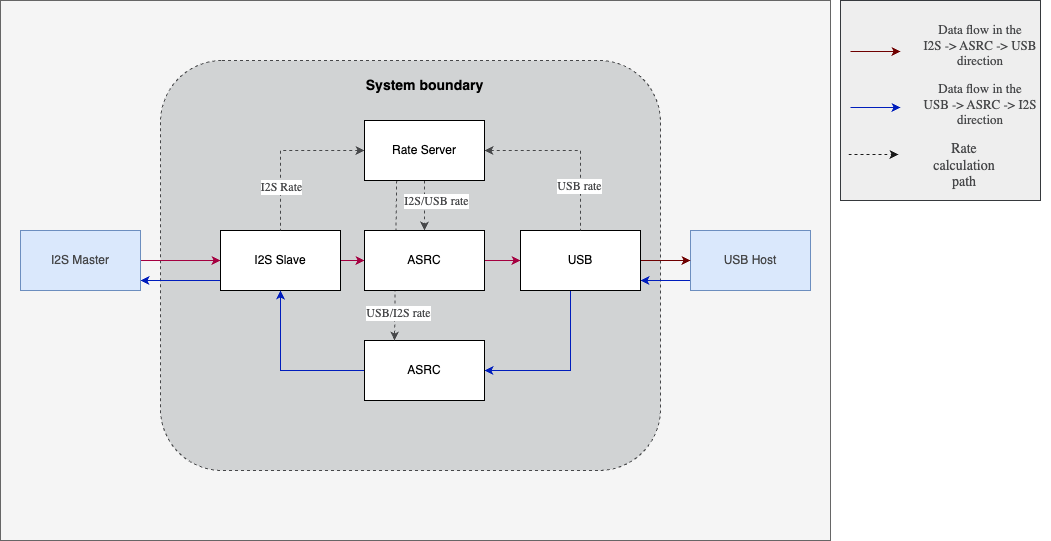
This is doc/programming_guide/asrc/diagrams/asrc_top_level.png from xmos/sln_voice, a draw.io export, as it was before one commit. Source tidied: cells renumbered, new cells last; positions are measured from the earlier drawing's top-left corner, leaving out a move shared by most shapes.
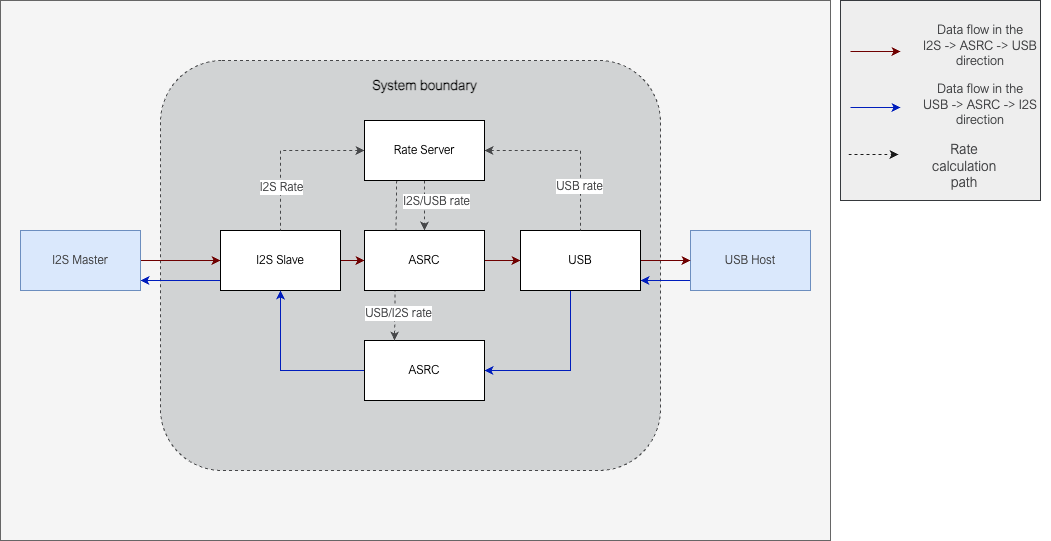
The same file after the commit.

The edit, as a diff of the source:
```diff
@@ -2,13 +2,13 @@
   <root>
     <mxCell id="0" />
     <mxCell id="1" parent="0" />
-    <mxCell id="2" style="rounded=0;whiteSpace=wrap;html=1;strokeColor=#666666;fontFamily=Arial Nova Light;fontColor=#333333;fillColor=#f5f5f5;" parent="1" vertex="1">
+    <mxCell id="2" style="rounded=0;whiteSpace=wrap;html=1;strokeColor=#666666;fontFamily=ArialNova-Light;fontColor=#333333;fillColor=#f5f5f5;" parent="1" vertex="1">
       <mxGeometry width="830" height="540" as="geometry" />
     </mxCell>
-    <mxCell id="3" style="rounded=1;whiteSpace=wrap;html=1;dashed=1;fillColor=#D1D3D4;fontColor=#464749;strokeColor=#464749;" parent="1" vertex="1">
+    <mxCell id="3" style="rounded=1;whiteSpace=wrap;html=1;dashed=1;fillColor=#D1D3D4;fontColor=#464749;strokeColor=#464749;fontFamily=ArialNova-Light;" parent="1" vertex="1">
       <mxGeometry x="160" y="60" width="500" height="410" as="geometry" />
     </mxCell>
-    <mxCell id="4" style="edgeStyle=orthogonalEdgeStyle;rounded=0;jettySize=auto;html=1;fillColor=#0050ef;strokeColor=#001DBC;" parent="1" edge="1" source="5" target="14">
+    <mxCell id="4" style="edgeStyle=orthogonalEdgeStyle;rounded=0;jettySize=auto;html=1;fillColor=#0050ef;strokeColor=#001DBC;fontFamily=ArialNova-Light;" parent="1" edge="1" source="5" target="14">
       <mxGeometry relative="1" as="geometry">
         <Array as="points">
           <mxPoint x="670" y="280" />
@@ -16,16 +16,16 @@
         </Array>
       </mxGeometry>
     </mxCell>
-    <mxCell id="5" value="USB Host" style="rounded=0;whiteSpace=wrap;html=1;fillColor=#dae8fc;fontColor=#464749;strokeColor=#6c8ebf;" parent="1" vertex="1">
+    <mxCell id="5" value="USB Host" style="rounded=0;whiteSpace=wrap;html=1;fillColor=#dae8fc;fontColor=#464749;strokeColor=#6c8ebf;fontFamily=ArialNova-Light;" parent="1" vertex="1">
       <mxGeometry x="690" y="230" width="120" height="60" as="geometry" />
     </mxCell>
-    <mxCell id="6" style="edgeStyle=orthogonalEdgeStyle;rounded=0;jettySize=auto;html=1;startArrow=classic;startFill=1;endArrow=none;endFill=0;fillColor=#d80073;strokeColor=#A50040;" parent="1" edge="1" source="9" target="11">
+    <mxCell id="6" style="edgeStyle=orthogonalEdgeStyle;rounded=0;jettySize=auto;html=1;startArrow=classic;startFill=1;endArrow=none;endFill=0;fillColor=#a20025;strokeColor=#6F0000;fontFamily=ArialNova-Light;" parent="1" edge="1" source="9" target="11">
       <mxGeometry relative="1" as="geometry" />
     </mxCell>
-    <mxCell id="7" style="edgeStyle=orthogonalEdgeStyle;rounded=0;jettySize=auto;html=1;fillColor=#d80073;strokeColor=#A50040;" parent="1" edge="1" source="9" target="34">
+    <mxCell id="7" style="edgeStyle=orthogonalEdgeStyle;rounded=0;jettySize=auto;html=1;fillColor=#a20025;strokeColor=#6F0000;fontFamily=ArialNova-Light;" parent="1" edge="1" source="9" target="34">
       <mxGeometry relative="1" as="geometry" />
     </mxCell>
-    <mxCell id="8" style="edgeStyle=orthogonalEdgeStyle;rounded=0;jettySize=auto;html=1;fillColor=#0050ef;strokeColor=#001DBC;" parent="1" edge="1" source="9" target="11">
+    <mxCell id="8" style="edgeStyle=orthogonalEdgeStyle;rounded=0;jettySize=auto;html=1;fillColor=#0050ef;strokeColor=#001DBC;fontFamily=ArialNova-Light;" parent="1" edge="1" source="9" target="11">
       <mxGeometry relative="1" as="geometry">
         <Array as="points">
           <mxPoint x="180" y="280" />
@@ -33,109 +33,109 @@
         </Array>
       </mxGeometry>
     </mxCell>
-    <mxCell id="9" value="I2S Slave" style="rounded=0;whiteSpace=wrap;html=1;" parent="1" vertex="1">
+    <mxCell id="9" value="I2S Slave" style="rounded=0;whiteSpace=wrap;html=1;fontFamily=ArialNova-Light;" parent="1" vertex="1">
       <mxGeometry x="220" y="230" width="120" height="60" as="geometry" />
     </mxCell>
-    <mxCell id="10" style="edgeStyle=orthogonalEdgeStyle;rounded=0;jettySize=auto;html=1;fillColor=#d80073;strokeColor=#A50040;" parent="1" edge="1" source="34" target="14">
+    <mxCell id="10" style="edgeStyle=orthogonalEdgeStyle;rounded=0;jettySize=auto;html=1;fillColor=#a20025;strokeColor=#6F0000;fontFamily=ArialNova-Light;" parent="1" edge="1" source="34" target="14">
       <mxGeometry relative="1" as="geometry" />
     </mxCell>
-    <mxCell id="11" value="I2S Master" style="whiteSpace=wrap;html=1;rounded=0;fillColor=#dae8fc;fontColor=#464749;strokeColor=#6c8ebf;" parent="1" vertex="1">
+    <mxCell id="11" value="I2S Master" style="whiteSpace=wrap;html=1;rounded=0;fillColor=#dae8fc;fontColor=#464749;strokeColor=#6c8ebf;fontFamily=ArialNova-Light;" parent="1" vertex="1">
       <mxGeometry x="20" y="230" width="120" height="60" as="geometry" />
     </mxCell>
-    <mxCell id="12" style="edgeStyle=orthogonalEdgeStyle;rounded=0;jettySize=auto;html=1;fillColor=#a20025;strokeColor=#6F0000;" parent="1" edge="1" source="14" target="5">
+    <mxCell id="12" style="edgeStyle=orthogonalEdgeStyle;rounded=0;jettySize=auto;html=1;fillColor=#a20025;strokeColor=#6F0000;fontFamily=ArialNova-Light;" parent="1" edge="1" source="14" target="5">
       <mxGeometry relative="1" as="geometry" />
     </mxCell>
-    <mxCell id="13" style="edgeStyle=orthogonalEdgeStyle;rounded=0;jettySize=auto;html=1;fillColor=#0050ef;strokeColor=#001DBC;" parent="1" edge="1" source="14" target="17">
+    <mxCell id="13" style="edgeStyle=orthogonalEdgeStyle;rounded=0;jettySize=auto;html=1;fillColor=#0050ef;strokeColor=#001DBC;fontFamily=ArialNova-Light;" parent="1" edge="1" source="14" target="17">
       <mxGeometry relative="1" as="geometry">
         <Array as="points">
           <mxPoint x="570" y="370" />
         </Array>
       </mxGeometry>
     </mxCell>
-    <mxCell id="14" value="USB" style="whiteSpace=wrap;html=1;rounded=0;" parent="1" vertex="1">
+    <mxCell id="14" value="USB" style="whiteSpace=wrap;html=1;rounded=0;fontFamily=ArialNova-Light;" parent="1" vertex="1">
       <mxGeometry x="520" y="230" width="120" height="60" as="geometry" />
     </mxCell>
-    <mxCell id="15" value="&lt;b&gt;&lt;font style=&quot;font-size: 14px;&quot;&gt;System boundary&lt;/font&gt;&lt;/b&gt;" style="text;html=1;align=center;verticalAlign=middle;strokeColor=none;fillColor=none;" parent="1" vertex="1">
-      <mxGeometry x="354" y="70" width="140" height="30" as="geometry" />
+    <mxCell id="15" value="&lt;b&gt;&lt;font face=&quot;Arial Nova Light&quot; style=&quot;font-size: 14px;&quot;&gt;System boundary&lt;/font&gt;&lt;/b&gt;" style="text;html=1;align=center;verticalAlign=middle;strokeColor=none;fillColor=none;fontFamily=ArialNova-Light;" parent="1" vertex="1">
+      <mxGeometry x="359" y="70" width="130" height="30" as="geometry" />
     </mxCell>
-    <mxCell id="16" style="edgeStyle=orthogonalEdgeStyle;rounded=0;jettySize=auto;html=1;fillColor=#0050ef;strokeColor=#001DBC;" parent="1" edge="1" source="17" target="9">
+    <mxCell id="16" style="edgeStyle=orthogonalEdgeStyle;rounded=0;jettySize=auto;html=1;fillColor=#0050ef;strokeColor=#001DBC;fontFamily=ArialNova-Light;" parent="1" edge="1" source="17" target="9">
       <mxGeometry relative="1" as="geometry" />
     </mxCell>
-    <mxCell id="17" value="ASRC" style="rounded=0;whiteSpace=wrap;html=1;" parent="1" vertex="1">
+    <mxCell id="17" value="ASRC" style="rounded=0;whiteSpace=wrap;html=1;fontFamily=ArialNova-Light;" parent="1" vertex="1">
       <mxGeometry x="364" y="340" width="120" height="60" as="geometry" />
     </mxCell>
-    <mxCell id="18" style="group;" parent="1" vertex="1">
+    <mxCell id="18" style="group;fontFamily=ArialNova-Light;" parent="1" vertex="1">
       <mxGeometry x="840" y="10" width="210" height="190" as="geometry" />
     </mxCell>
-    <mxCell id="19" style="rounded=0;whiteSpace=wrap;html=1;strokeColor=#36393d;fontFamily=Arial Nova Light;fontColor=#464749;fillColor=#eeeeee;" parent="18" vertex="1">
+    <mxCell id="19" style="rounded=0;whiteSpace=wrap;html=1;strokeColor=#36393d;fontFamily=ArialNova-Light;fontColor=#464749;fillColor=#eeeeee;" parent="18" vertex="1">
       <mxGeometry y="-10" width="200" height="200" as="geometry" />
     </mxCell>
-    <mxCell id="20" style="edgeStyle=orthogonalEdgeStyle;rounded=0;orthogonalLoop=1;jettySize=auto;html=1;fillColor=#a20025;strokeColor=#6F0000;" parent="18" edge="1">
+    <mxCell id="20" style="edgeStyle=orthogonalEdgeStyle;rounded=0;orthogonalLoop=1;jettySize=auto;html=1;fillColor=#a20025;strokeColor=#6F0000;fontFamily=ArialNova-Light;" parent="18" edge="1">
       <mxGeometry relative="1" as="geometry">
         <mxPoint x="10" y="41" as="sourcePoint" />
         <mxPoint x="60" y="41" as="targetPoint" />
       </mxGeometry>
     </mxCell>
-    <mxCell id="21" style="edgeStyle=orthogonalEdgeStyle;rounded=0;orthogonalLoop=1;jettySize=auto;html=1;fillColor=#0050ef;strokeColor=#001DBC;" parent="18" edge="1">
+    <mxCell id="21" style="edgeStyle=orthogonalEdgeStyle;rounded=0;orthogonalLoop=1;jettySize=auto;html=1;fillColor=#0050ef;strokeColor=#001DBC;fontFamily=ArialNova-Light;" parent="18" edge="1">
       <mxGeometry relative="1" as="geometry">
         <mxPoint x="10" y="97" as="sourcePoint" />
         <mxPoint x="60" y="97" as="targetPoint" />
       </mxGeometry>
     </mxCell>
-    <mxCell id="22" value="&lt;font style=&quot;font-size: 13px;&quot;&gt;Data flow in the &lt;br&gt;I2S -&amp;gt; ASRC -&amp;gt; USB&lt;br&gt;direction&lt;/font&gt;" style="text;html=1;strokeColor=none;fillColor=none;align=center;verticalAlign=middle;whiteSpace=wrap;rounded=0;fontFamily=Arial Nova Light;fontColor=#464749;" parent="18" vertex="1">
+    <mxCell id="22" value="&lt;font style=&quot;font-size: 13px;&quot;&gt;Data flow in the &lt;br&gt;I2S -&amp;gt; ASRC -&amp;gt; USB&lt;br&gt;direction&lt;/font&gt;" style="text;html=1;strokeColor=none;fillColor=none;align=center;verticalAlign=middle;whiteSpace=wrap;rounded=0;fontFamily=ArialNova-Light;fontColor=#464749;" parent="18" vertex="1">
       <mxGeometry x="70" y="10" width="140" height="50" as="geometry" />
     </mxCell>
-    <mxCell id="23" value="&lt;font style=&quot;font-size: 13px;&quot;&gt;Data flow in the &lt;br&gt;USB -&amp;gt; ASRC -&amp;gt; I2S&lt;br&gt;direction&lt;/font&gt;" style="text;html=1;strokeColor=none;fillColor=none;align=center;verticalAlign=middle;whiteSpace=wrap;rounded=0;fontFamily=Arial Nova Light;fontColor=#464749;" parent="18" vertex="1">
+    <mxCell id="23" value="&lt;font face=&quot;Arial Nova Light&quot; style=&quot;font-size: 13px;&quot;&gt;Data flow in the &lt;br&gt;USB -&amp;gt; ASRC -&amp;gt; I2S&lt;br&gt;direction&lt;/font&gt;" style="text;html=1;strokeColor=none;fillColor=none;align=center;verticalAlign=middle;whiteSpace=wrap;rounded=0;fontFamily=ArialNova-Light;fontColor=#464749;" parent="18" vertex="1">
       <mxGeometry x="70" y="69" width="140" height="50" as="geometry" />
     </mxCell>
-    <mxCell id="24" value="&lt;font style=&quot;font-size: 14px;&quot;&gt;&lt;br&gt;Rate calculation path&lt;/font&gt;" style="text;html=1;strokeColor=none;fillColor=none;align=center;verticalAlign=middle;whiteSpace=wrap;rounded=0;fontFamily=Arial Nova Light;fontColor=#464749;" parent="18" vertex="1">
+    <mxCell id="24" value="&lt;font style=&quot;font-size: 14px;&quot;&gt;&lt;br&gt;Rate calculation path&lt;/font&gt;" style="text;html=1;strokeColor=none;fillColor=none;align=center;verticalAlign=middle;whiteSpace=wrap;rounded=0;fontFamily=ArialNova-Light;fontColor=#464749;" parent="18" vertex="1">
       <mxGeometry x="94" y="132" width="60" height="30" as="geometry" />
     </mxCell>
-    <mxCell id="25" style="edgeStyle=Arial Nova Light;rounded=0;jettySize=auto;html=1;strokeColor=#464749;fontFamily=Arial Nova Light;fontColor=#464749;fillColor=#FFFFFF;dashed=1;endArrow=none;endFill=0;startArrow=classic;startFill=1;" parent="1" edge="1" source="33" target="9">
+    <mxCell id="25" style="edgeStyle=Arial Nova Light;rounded=0;jettySize=auto;html=1;strokeColor=#464749;fontFamily=ArialNova-Light;fontColor=#464749;fillColor=#FFFFFF;dashed=1;endArrow=none;endFill=0;startArrow=classic;startFill=1;" parent="1" edge="1" source="33" target="9">
       <mxGeometry relative="1" as="geometry">
         <Array as="points">
           <mxPoint x="280" y="150" />
         </Array>
       </mxGeometry>
     </mxCell>
-    <mxCell id="26" value="&lt;font style=&quot;font-size: 12px;&quot;&gt;I2S Rate&lt;/font&gt;" style="edgeLabel;html=1;align=center;verticalAlign=middle;fontFamily=Arial Nova Light;fontColor=#464749;" parent="25" vertex="1">
+    <mxCell id="26" value="&lt;font style=&quot;font-size: 12px;&quot;&gt;I2S Rate&lt;/font&gt;" style="edgeLabel;html=1;align=center;verticalAlign=middle;fontFamily=ArialNova-Light;fontColor=#464749;" parent="25" vertex="1">
       <mxGeometry x="0.46" relative="1" as="geometry" />
     </mxCell>
-    <mxCell id="27" style="edgeStyle=Arial Nova Light;rounded=0;jettySize=auto;html=1;strokeColor=#464749;fontFamily=Arial Nova Light;fontColor=#464749;fillColor=#FFFFFF;dashed=1;endArrow=none;endFill=0;startArrow=classic;startFill=1;" parent="1" edge="1" source="33" target="14">
+    <mxCell id="27" style="edgeStyle=Arial Nova Light;rounded=0;jettySize=auto;html=1;strokeColor=#464749;fontFamily=ArialNova-Light;fontColor=#464749;fillColor=#FFFFFF;dashed=1;endArrow=none;endFill=0;startArrow=classic;startFill=1;" parent="1" edge="1" source="33" target="14">
       <mxGeometry relative="1" as="geometry">
         <Array as="points">
           <mxPoint x="580" y="150" />
         </Array>
       </mxGeometry>
     </mxCell>
-    <mxCell id="28" value="&lt;font style=&quot;font-size: 12px;&quot;&gt;USB rate&lt;/font&gt;" style="edgeLabel;html=1;align=center;verticalAlign=middle;fontFamily=Arial Nova Light;fontColor=#464749;" parent="27" vertex="1">
+    <mxCell id="28" value="&lt;font style=&quot;font-size: 12px;&quot;&gt;USB rate&lt;/font&gt;" style="edgeLabel;html=1;align=center;verticalAlign=middle;fontFamily=ArialNova-Light;fontColor=#464749;" parent="27" vertex="1">
       <mxGeometry x="0.49" y="-2" relative="1" as="geometry" />
     </mxCell>
-    <mxCell id="29" style="edgeStyle=Arial Nova Light;rounded=1;jettySize=auto;html=1;strokeColor=#464749;fontFamily=Arial Nova Light;fontColor=#464749;fillColor=#FFFFFF;dashed=1;" parent="1" edge="1" source="33" target="34">
+    <mxCell id="29" style="edgeStyle=Arial Nova Light;rounded=1;jettySize=auto;html=1;strokeColor=#464749;fontFamily=ArialNova-Light;fontColor=#464749;fillColor=#FFFFFF;dashed=1;" parent="1" edge="1" source="33" target="34">
       <mxGeometry relative="1" as="geometry" />
     </mxCell>
-    <mxCell id="30" value="&lt;font style=&quot;font-size: 12px;&quot;&gt;I2S/USB rate&lt;/font&gt;" style="edgeLabel;html=1;align=center;verticalAlign=middle;fontFamily=Arial Nova Light;fontColor=#464749;" parent="29" vertex="1">
+    <mxCell id="30" value="&lt;font style=&quot;font-size: 12px;&quot;&gt;I2S/USB rate&lt;/font&gt;" style="edgeLabel;html=1;align=center;verticalAlign=middle;fontFamily=ArialNova-Light;fontColor=#464749;" parent="29" vertex="1">
       <mxGeometry x="-0.28" y="-1" relative="1" as="geometry">
         <mxPoint x="12" y="2" as="offset" />
       </mxGeometry>
     </mxCell>
-    <mxCell id="31" style="edgeStyle=Arial Nova Light;rounded=1;jettySize=auto;html=1;strokeColor=#464749;fontFamily=Arial Nova Light;fontColor=#464749;fillColor=#FFFFFF;dashed=1;entryX=0.25;entryY=0;entryDx=0;entryDy=0;" parent="1" edge="1" target="17">
+    <mxCell id="31" style="edgeStyle=Arial Nova Light;rounded=1;jettySize=auto;html=1;strokeColor=#464749;fontFamily=ArialNova-Light;fontColor=#464749;fillColor=#FFFFFF;dashed=1;entryX=0.25;entryY=0;entryDx=0;entryDy=0;" parent="1" edge="1" target="17">
       <mxGeometry relative="1" as="geometry">
         <mxPoint x="396.2" y="180" as="sourcePoint" />
       </mxGeometry>
     </mxCell>
-    <mxCell id="32" value="&lt;font style=&quot;font-size: 12px;&quot;&gt;USB/I2S rate&lt;/font&gt;" style="edgeLabel;html=1;align=center;verticalAlign=middle;fontFamily=Arial Nova Light;fontColor=#464749;" parent="31" vertex="1">
+    <mxCell id="32" value="&lt;font style=&quot;font-size: 12px;&quot;&gt;USB/I2S rate&lt;/font&gt;" style="edgeLabel;html=1;align=center;verticalAlign=middle;fontFamily=ArialNova-Light;fontColor=#464749;" parent="31" vertex="1">
       <mxGeometry x="0.6" relative="1" as="geometry">
         <mxPoint x="3" y="5" as="offset" />
       </mxGeometry>
     </mxCell>
-    <mxCell id="33" value="Rate Server" style="rounded=0;whiteSpace=wrap;html=1;" parent="1" vertex="1">
+    <mxCell id="33" value="&lt;font face=&quot;Arial Nova Light&quot;&gt;Rate Server&lt;/font&gt;" style="rounded=0;whiteSpace=wrap;html=1;fontFamily=ArialNova-Light;" parent="1" vertex="1">
       <mxGeometry x="364" y="120" width="120" height="60" as="geometry" />
     </mxCell>
-    <mxCell id="34" value="ASRC" style="rounded=0;whiteSpace=wrap;html=1;gradientColor=none;" parent="1" vertex="1">
+    <mxCell id="34" value="ASRC" style="rounded=0;whiteSpace=wrap;html=1;gradientColor=none;fontFamily=ArialNova-Light;" parent="1" vertex="1">
       <mxGeometry x="364" y="230" width="120" height="60" as="geometry" />
     </mxCell>
-    <mxCell id="35" style="edgeStyle=orthogonalEdgeStyle;rounded=0;orthogonalLoop=1;jettySize=auto;html=1;fillColor=#0050ef;strokeColor=#1A1A1A;dashed=1;" parent="1" edge="1">
+    <mxCell id="35" style="edgeStyle=orthogonalEdgeStyle;rounded=0;orthogonalLoop=1;jettySize=auto;html=1;fillColor=#0050ef;strokeColor=#1A1A1A;dashed=1;fontFamily=ArialNova-Light;" parent="1" edge="1">
       <mxGeometry relative="1" as="geometry">
         <mxPoint x="848" y="154" as="sourcePoint" />
         <mxPoint x="898" y="154" as="targetPoint" />
```
